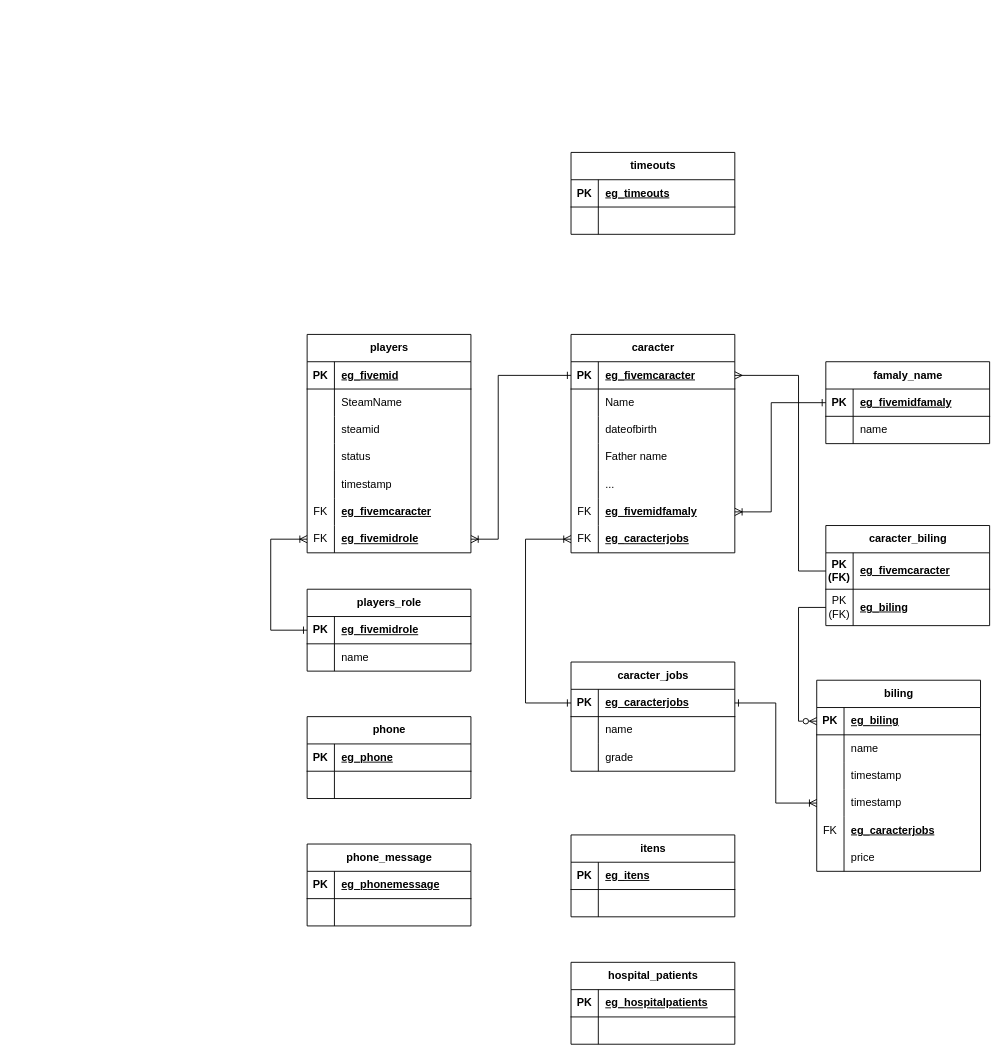
Above: EGSolutions/Designs/Diagrams/FivemDatabase.drawio in Fevereiro2/Docs (draw.io), before the change. Source tidied: cells renumbered, new cells numbered last; positions are measured from the earlier drawing's top-left corner, leaving out a move shared by most shapes. Both pictures are drawn from the tidied source at 91%, with x=0, y=0 at pixel (270, 152).
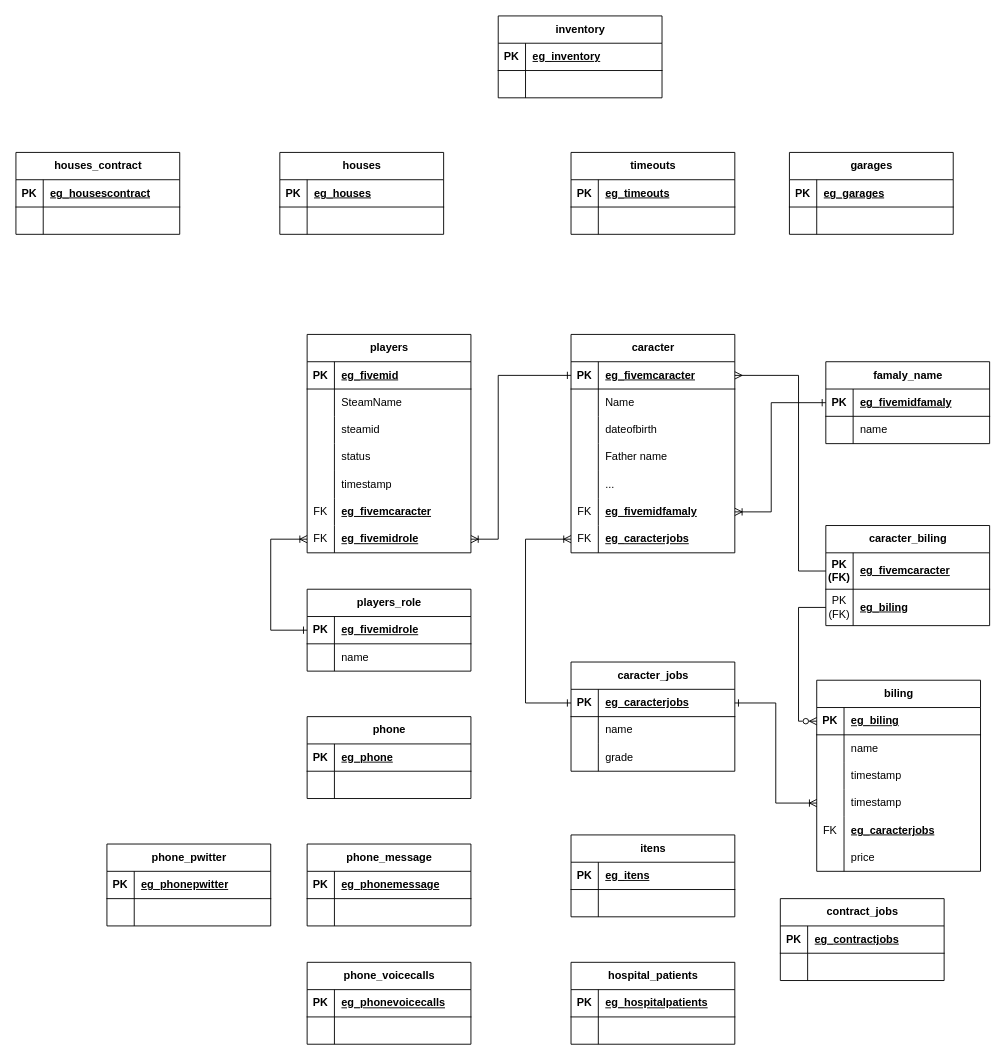
Above is the later version.

Diff of the diagram source:
```diff
@@
+    <mxCell id="138" value="phone_voicecalls" style="shape=table;startSize=30;childLayout=tableLayout;rowLines=0;fontStyle=1;align=center;html=1;" parent="1" vertex="1">
+      <mxGeometry x="40" y="890" width="180" height="90" as="geometry" />
+    </mxCell>
+    <mxCell id="139" style="shape=tableRow;horizontal=0;startSize=0;swimlaneHead=0;swimlaneBody=0;fillColor=none;top=0;left=0;right=0;bottom=1;" parent="138" vertex="1">
+      <mxGeometry y="30" width="180" height="30" as="geometry" />
+    </mxCell>
+    <mxCell id="140" value="PK" style="shape=partialRectangle;fillColor=none;top=0;left=0;bottom=0;right=0;fontStyle=1;overflow=hidden;whiteSpace=wrap;html=1;" parent="139" vertex="1">
+      <mxGeometry width="30" height="30" as="geometry" />
+    </mxCell>
+    <mxCell id="141" value="eg_&lt;span style=&quot;text-align: center; text-wrap: nowrap;&quot;&gt;phonevoicecalls&lt;/span&gt;" style="shape=partialRectangle;fillColor=none;top=0;left=0;bottom=0;right=0;align=left;spacingLeft=6;fontStyle=5;overflow=hidden;whiteSpace=wrap;html=1;" parent="139" vertex="1">
+      <mxGeometry x="30" width="150" height="30" as="geometry" />
+    </mxCell>
+    <mxCell id="142" style="shape=tableRow;horizontal=0;startSize=0;swimlaneHead=0;swimlaneBody=0;fillColor=none;top=0;left=0;right=0;bottom=0;" parent="138" vertex="1">
+      <mxGeometry y="60" width="180" height="30" as="geometry" />
+    </mxCell>
+    <mxCell id="143" style="shape=partialRectangle;fillColor=none;top=0;left=0;bottom=0;right=0;overflow=hidden;whiteSpace=wrap;html=1;" parent="142" vertex="1">
+      <mxGeometry width="30" height="30" as="geometry" />
+    </mxCell>
+    <mxCell id="144" style="shape=partialRectangle;fillColor=none;top=0;left=0;bottom=0;right=0;align=left;spacingLeft=6;overflow=hidden;whiteSpace=wrap;html=1;" parent="142" vertex="1">
+      <mxGeometry x="30" width="150" height="30" as="geometry" />
+    </mxCell>
+    <mxCell id="145" value="phone_pwitter" style="shape=table;startSize=30;childLayout=tableLayout;rowLines=0;fontStyle=1;align=center;html=1;" parent="1" vertex="1">
+      <mxGeometry x="-180" y="760" width="180" height="90" as="geometry" />
+    </mxCell>
+    <mxCell id="146" style="shape=tableRow;horizontal=0;startSize=0;swimlaneHead=0;swimlaneBody=0;fillColor=none;top=0;left=0;right=0;bottom=1;" parent="145" vertex="1">
+      <mxGeometry y="30" width="180" height="30" as="geometry" />
+    </mxCell>
+    <mxCell id="147" value="PK" style="shape=partialRectangle;fillColor=none;top=0;left=0;bottom=0;right=0;fontStyle=1;overflow=hidden;whiteSpace=wrap;html=1;" parent="146" vertex="1">
+      <mxGeometry width="30" height="30" as="geometry" />
+    </mxCell>
+    <mxCell id="148" value="eg_&lt;span style=&quot;text-align: center; text-wrap: nowrap;&quot;&gt;phonepwitter&lt;/span&gt;" style="shape=partialRectangle;fillColor=none;top=0;left=0;bottom=0;right=0;align=left;spacingLeft=6;fontStyle=5;overflow=hidden;whiteSpace=wrap;html=1;" parent="146" vertex="1">
+      <mxGeometry x="30" width="150" height="30" as="geometry" />
+    </mxCell>
+    <mxCell id="149" style="shape=tableRow;horizontal=0;startSize=0;swimlaneHead=0;swimlaneBody=0;fillColor=none;top=0;left=0;right=0;bottom=0;" parent="145" vertex="1">
+      <mxGeometry y="60" width="180" height="30" as="geometry" />
+    </mxCell>
+    <mxCell id="150" style="shape=partialRectangle;fillColor=none;top=0;left=0;bottom=0;right=0;overflow=hidden;whiteSpace=wrap;html=1;" parent="149" vertex="1">
+      <mxGeometry width="30" height="30" as="geometry" />
+    </mxCell>
+    <mxCell id="151" style="shape=partialRectangle;fillColor=none;top=0;left=0;bottom=0;right=0;align=left;spacingLeft=6;overflow=hidden;whiteSpace=wrap;html=1;" parent="149" vertex="1">
+      <mxGeometry x="30" width="150" height="30" as="geometry" />
+    </mxCell>
+    <mxCell id="152" value="houses" style="shape=table;startSize=30;childLayout=tableLayout;rowLines=0;fontStyle=1;align=center;html=1;" parent="1" vertex="1">
+      <mxGeometry x="10" width="180" height="90" as="geometry" />
+    </mxCell>
+    <mxCell id="153" style="shape=tableRow;horizontal=0;startSize=0;swimlaneHead=0;swimlaneBody=0;fillColor=none;top=0;left=0;right=0;bottom=1;" parent="152" vertex="1">
+      <mxGeometry y="30" width="180" height="30" as="geometry" />
+    </mxCell>
+    <mxCell id="154" value="PK" style="shape=partialRectangle;fillColor=none;top=0;left=0;bottom=0;right=0;fontStyle=1;overflow=hidden;whiteSpace=wrap;html=1;" parent="153" vertex="1">
+      <mxGeometry width="30" height="30" as="geometry" />
+    </mxCell>
+    <mxCell id="155" value="eg_houses" style="shape=partialRectangle;fillColor=none;top=0;left=0;bottom=0;right=0;align=left;spacingLeft=6;fontStyle=5;overflow=hidden;whiteSpace=wrap;html=1;" parent="153" vertex="1">
+      <mxGeometry x="30" width="150" height="30" as="geometry" />
+    </mxCell>
+    <mxCell id="156" style="shape=tableRow;horizontal=0;startSize=0;swimlaneHead=0;swimlaneBody=0;fillColor=none;top=0;left=0;right=0;bottom=0;" parent="152" vertex="1">
+      <mxGeometry y="60" width="180" height="30" as="geometry" />
+    </mxCell>
+    <mxCell id="157" style="shape=partialRectangle;fillColor=none;top=0;left=0;bottom=0;right=0;overflow=hidden;whiteSpace=wrap;html=1;" parent="156" vertex="1">
+      <mxGeometry width="30" height="30" as="geometry" />
+    </mxCell>
+    <mxCell id="158" style="shape=partialRectangle;fillColor=none;top=0;left=0;bottom=0;right=0;align=left;spacingLeft=6;overflow=hidden;whiteSpace=wrap;html=1;" parent="156" vertex="1">
+      <mxGeometry x="30" width="150" height="30" as="geometry" />
+    </mxCell>
+    <mxCell id="159" value="houses_contract" style="shape=table;startSize=30;childLayout=tableLayout;rowLines=0;fontStyle=1;align=center;html=1;" parent="1" vertex="1">
+      <mxGeometry x="-280" width="180" height="90" as="geometry" />
+    </mxCell>
+    <mxCell id="160" style="shape=tableRow;horizontal=0;startSize=0;swimlaneHead=0;swimlaneBody=0;fillColor=none;top=0;left=0;right=0;bottom=1;" parent="159" vertex="1">
+      <mxGeometry y="30" width="180" height="30" as="geometry" />
+    </mxCell>
+    <mxCell id="161" value="PK" style="shape=partialRectangle;fillColor=none;top=0;left=0;bottom=0;right=0;fontStyle=1;overflow=hidden;whiteSpace=wrap;html=1;" parent="160" vertex="1">
+      <mxGeometry width="30" height="30" as="geometry" />
+    </mxCell>
+    <mxCell id="162" value="eg_&lt;span style=&quot;text-align: center; text-wrap: nowrap;&quot;&gt;housescontract&lt;/span&gt;" style="shape=partialRectangle;fillColor=none;top=0;left=0;bottom=0;right=0;align=left;spacingLeft=6;fontStyle=5;overflow=hidden;whiteSpace=wrap;html=1;" parent="160" vertex="1">
+      <mxGeometry x="30" width="150" height="30" as="geometry" />
+    </mxCell>
+    <mxCell id="163" style="shape=tableRow;horizontal=0;startSize=0;swimlaneHead=0;swimlaneBody=0;fillColor=none;top=0;left=0;right=0;bottom=0;" parent="159" vertex="1">
+      <mxGeometry y="60" width="180" height="30" as="geometry" />
+    </mxCell>
+    <mxCell id="164" style="shape=partialRectangle;fillColor=none;top=0;left=0;bottom=0;right=0;overflow=hidden;whiteSpace=wrap;html=1;" parent="163" vertex="1">
+      <mxGeometry width="30" height="30" as="geometry" />
+    </mxCell>
+    <mxCell id="165" style="shape=partialRectangle;fillColor=none;top=0;left=0;bottom=0;right=0;align=left;spacingLeft=6;overflow=hidden;whiteSpace=wrap;html=1;" parent="163" vertex="1">
+      <mxGeometry x="30" width="150" height="30" as="geometry" />
+    </mxCell>
+    <mxCell id="166" value="inventory" style="shape=table;startSize=30;childLayout=tableLayout;rowLines=0;fontStyle=1;align=center;html=1;" parent="1" vertex="1">
+      <mxGeometry x="250" y="-150" width="180" height="90" as="geometry" />
+    </mxCell>
+    <mxCell id="167" style="shape=tableRow;horizontal=0;startSize=0;swimlaneHead=0;swimlaneBody=0;fillColor=none;top=0;left=0;right=0;bottom=1;" parent="166" vertex="1">
+      <mxGeometry y="30" width="180" height="30" as="geometry" />
+    </mxCell>
+    <mxCell id="168" value="PK" style="shape=partialRectangle;fillColor=none;top=0;left=0;bottom=0;right=0;fontStyle=1;overflow=hidden;whiteSpace=wrap;html=1;" parent="167" vertex="1">
+      <mxGeometry width="30" height="30" as="geometry" />
+    </mxCell>
+    <mxCell id="169" value="eg_inventory" style="shape=partialRectangle;fillColor=none;top=0;left=0;bottom=0;right=0;align=left;spacingLeft=6;fontStyle=5;overflow=hidden;whiteSpace=wrap;html=1;" parent="167" vertex="1">
+      <mxGeometry x="30" width="150" height="30" as="geometry" />
+    </mxCell>
+    <mxCell id="170" style="shape=tableRow;horizontal=0;startSize=0;swimlaneHead=0;swimlaneBody=0;fillColor=none;top=0;left=0;right=0;bottom=0;" parent="166" vertex="1">
+      <mxGeometry y="60" width="180" height="30" as="geometry" />
+    </mxCell>
+    <mxCell id="171" style="shape=partialRectangle;fillColor=none;top=0;left=0;bottom=0;right=0;overflow=hidden;whiteSpace=wrap;html=1;" parent="170" vertex="1">
+      <mxGeometry width="30" height="30" as="geometry" />
+    </mxCell>
+    <mxCell id="172" style="shape=partialRectangle;fillColor=none;top=0;left=0;bottom=0;right=0;align=left;spacingLeft=6;overflow=hidden;whiteSpace=wrap;html=1;" parent="170" vertex="1">
+      <mxGeometry x="30" width="150" height="30" as="geometry" />
+    </mxCell>
+    <mxCell id="173" value="contract_jobs" style="shape=table;startSize=30;childLayout=tableLayout;rowLines=0;fontStyle=1;align=center;html=1;" parent="1" vertex="1">
+      <mxGeometry x="560" y="820" width="180" height="90" as="geometry" />
+    </mxCell>
+    <mxCell id="174" style="shape=tableRow;horizontal=0;startSize=0;swimlaneHead=0;swimlaneBody=0;fillColor=none;top=0;left=0;right=0;bottom=1;" parent="173" vertex="1">
+      <mxGeometry y="30" width="180" height="30" as="geometry" />
+    </mxCell>
+    <mxCell id="175" value="PK" style="shape=partialRectangle;fillColor=none;top=0;left=0;bottom=0;right=0;fontStyle=1;overflow=hidden;whiteSpace=wrap;html=1;" parent="174" vertex="1">
+      <mxGeometry width="30" height="30" as="geometry" />
+    </mxCell>
+    <mxCell id="176" value="eg_&lt;span style=&quot;text-align: center; text-wrap: nowrap;&quot;&gt;contractjobs&lt;/span&gt;" style="shape=partialRectangle;fillColor=none;top=0;left=0;bottom=0;right=0;align=left;spacingLeft=6;fontStyle=5;overflow=hidden;whiteSpace=wrap;html=1;" parent="174" vertex="1">
+      <mxGeometry x="30" width="150" height="30" as="geometry" />
+    </mxCell>
+    <mxCell id="177" style="shape=tableRow;horizontal=0;startSize=0;swimlaneHead=0;swimlaneBody=0;fillColor=none;top=0;left=0;right=0;bottom=0;" parent="173" vertex="1">
+      <mxGeometry y="60" width="180" height="30" as="geometry" />
+    </mxCell>
+    <mxCell id="178" style="shape=partialRectangle;fillColor=none;top=0;left=0;bottom=0;right=0;overflow=hidden;whiteSpace=wrap;html=1;" parent="177" vertex="1">
+      <mxGeometry width="30" height="30" as="geometry" />
+    </mxCell>
+    <mxCell id="179" style="shape=partialRectangle;fillColor=none;top=0;left=0;bottom=0;right=0;align=left;spacingLeft=6;overflow=hidden;whiteSpace=wrap;html=1;" parent="177" vertex="1">
+      <mxGeometry x="30" width="150" height="30" as="geometry" />
+    </mxCell>
+    <mxCell id="180" value="garages" style="shape=table;startSize=30;childLayout=tableLayout;rowLines=0;fontStyle=1;align=center;html=1;" parent="1" vertex="1">
+      <mxGeometry x="570" width="180" height="90" as="geometry" />
+    </mxCell>
+    <mxCell id="181" style="shape=tableRow;horizontal=0;startSize=0;swimlaneHead=0;swimlaneBody=0;fillColor=none;top=0;left=0;right=0;bottom=1;" parent="180" vertex="1">
+      <mxGeometry y="30" width="180" height="30" as="geometry" />
+    </mxCell>
+    <mxCell id="182" value="PK" style="shape=partialRectangle;fillColor=none;top=0;left=0;bottom=0;right=0;fontStyle=1;overflow=hidden;whiteSpace=wrap;html=1;" parent="181" vertex="1">
+      <mxGeometry width="30" height="30" as="geometry" />
+    </mxCell>
+    <mxCell id="183" value="eg_garages" style="shape=partialRectangle;fillColor=none;top=0;left=0;bottom=0;right=0;align=left;spacingLeft=6;fontStyle=5;overflow=hidden;whiteSpace=wrap;html=1;" parent="181" vertex="1">
+      <mxGeometry x="30" width="150" height="30" as="geometry" />
+    </mxCell>
+    <mxCell id="184" style="shape=tableRow;horizontal=0;startSize=0;swimlaneHead=0;swimlaneBody=0;fillColor=none;top=0;left=0;right=0;bottom=0;" parent="180" vertex="1">
+      <mxGeometry y="60" width="180" height="30" as="geometry" />
+    </mxCell>
+    <mxCell id="185" style="shape=partialRectangle;fillColor=none;top=0;left=0;bottom=0;right=0;overflow=hidden;whiteSpace=wrap;html=1;" parent="184" vertex="1">
+      <mxGeometry width="30" height="30" as="geometry" />
+    </mxCell>
+    <mxCell id="186" style="shape=partialRectangle;fillColor=none;top=0;left=0;bottom=0;right=0;align=left;spacingLeft=6;overflow=hidden;whiteSpace=wrap;html=1;" parent="184" vertex="1">
+      <mxGeometry x="30" width="150" height="30" as="geometry" />
+    </mxCell>
```
